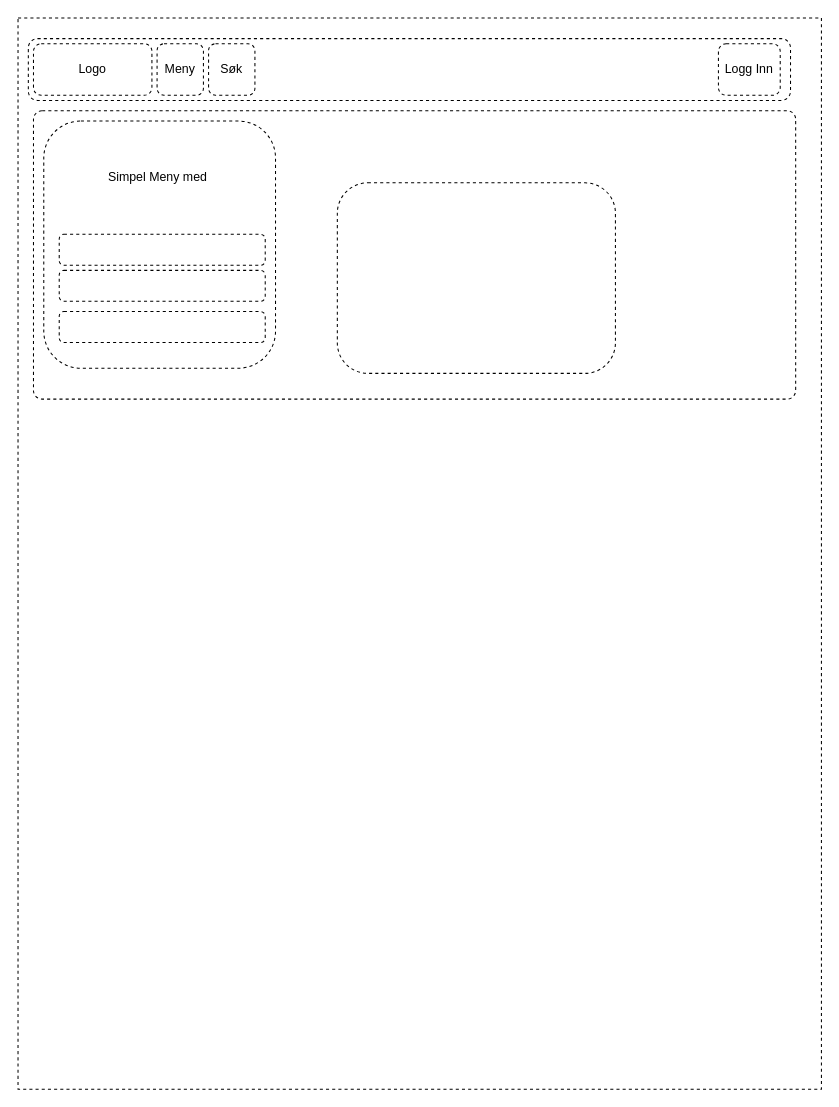
Earlier version of the draw.io diagram static/drawio/helsenorge.drawio (Blu07/SchoolProjects). Source tidied: cells renumbered, new cells numbered last; positions are measured from the earlier drawing's top-left corner, leaving out a move shared by most shapes. Both pictures are drawn from the tidied source at 103%, with x=0, y=0 at pixel (18, 18).
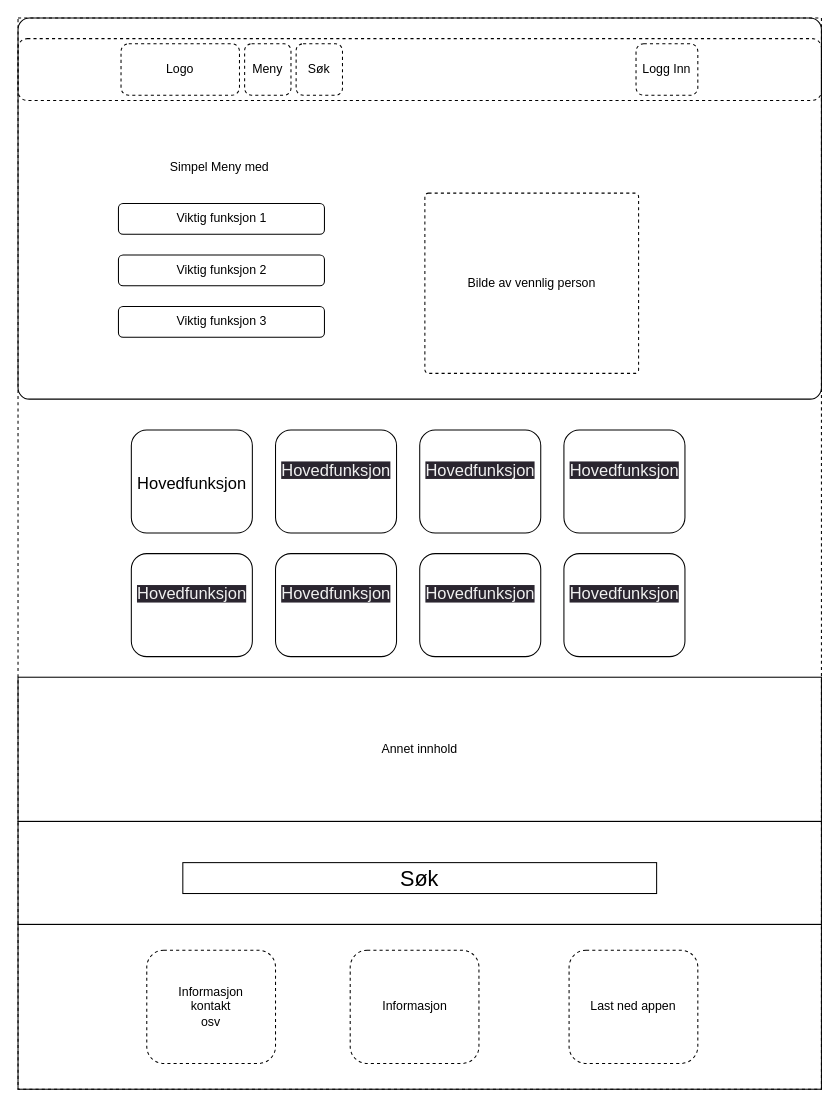
Above is the later version.

What changed in the source:
```diff
@@
     <mxCell id="3" style="rounded=1;whiteSpace=wrap;html=1;dashed=1;fillColor=none;" parent="1" vertex="1">
-      <mxGeometry x="10" y="20" width="740" height="60" as="geometry" />
+      <mxGeometry y="20" width="780" height="60" as="geometry" />
     </mxCell>
     <mxCell id="4" value="Logo" style="rounded=1;whiteSpace=wrap;html=1;dashed=1;fillColor=none;" parent="1" vertex="1">
-      <mxGeometry x="15" y="25" width="115" height="50" as="geometry" />
+      <mxGeometry x="100" y="25" width="115" height="50" as="geometry" />
     </mxCell>
     <mxCell id="5" value="Meny" style="rounded=1;whiteSpace=wrap;html=1;dashed=1;fillColor=none;" parent="1" vertex="1">
-      <mxGeometry x="135" y="25" width="45" height="50" as="geometry" />
+      <mxGeometry x="220" y="25" width="45" height="50" as="geometry" />
     </mxCell>
     <mxCell id="6" value="Søk" style="rounded=1;whiteSpace=wrap;html=1;dashed=1;fillColor=none;" parent="1" vertex="1">
-      <mxGeometry x="185" y="25" width="45" height="50" as="geometry" />
+      <mxGeometry x="270" y="25" width="45" height="50" as="geometry" />
     </mxCell>
     <mxCell id="7" value="Logg Inn" style="rounded=1;whiteSpace=wrap;html=1;dashed=1;fillColor=none;" parent="1" vertex="1">
-      <mxGeometry x="680" y="25" width="60" height="50" as="geometry" />
+      <mxGeometry x="600" y="25" width="60" height="50" as="geometry" />
     </mxCell>
-    <mxCell id="8" style="rounded=1;whiteSpace=wrap;html=1;dashed=1;fillColor=none;arcSize=3;" parent="1" vertex="1">
-      <mxGeometry x="15" y="90" width="740" height="280" as="geometry" />
+    <mxCell id="8" style="rounded=1;whiteSpace=wrap;html=1;fillColor=none;arcSize=3;" parent="1" vertex="1">
+      <mxGeometry width="780" height="370" as="geometry" />
     </mxCell>
-    <mxCell id="9" style="rounded=1;whiteSpace=wrap;html=1;dashed=1;fillColor=none;arcSize=16;" parent="1" vertex="1">
-      <mxGeometry x="25" y="100" width="225" height="240" as="geometry" />
-    </mxCell>
     <mxCell id="10" value="Simpel Meny med&amp;nbsp;" style="text;html=1;strokeColor=none;fillColor=none;align=center;verticalAlign=middle;whiteSpace=wrap;rounded=0;dashed=1;" parent="1" vertex="1">
-      <mxGeometry x="75" y="140" width="125" height="30" as="geometry" />
+      <mxGeometry x="135" y="130" width="125" height="30" as="geometry" />
     </mxCell>
-    <mxCell id="11" style="rounded=1;whiteSpace=wrap;html=1;dashed=1;fillColor=none;" parent="1" vertex="1">
-      <mxGeometry x="40" y="210" width="200" height="30" as="geometry" />
+    <mxCell id="11" value="Viktig funksjon 1" style="rounded=1;whiteSpace=wrap;html=1;fillColor=none;" parent="1" vertex="1">
+      <mxGeometry x="97.5" y="180" width="200" height="30" as="geometry" />
     </mxCell>
-    <mxCell id="12" style="rounded=1;whiteSpace=wrap;html=1;dashed=1;fillColor=none;" parent="1" vertex="1">
-      <mxGeometry x="40" y="245" width="200" height="30" as="geometry" />
+    <mxCell id="12" value="Viktig funksjon 2" style="rounded=1;whiteSpace=wrap;html=1;fillColor=none;" parent="1" vertex="1">
+      <mxGeometry x="97.5" y="230" width="200" height="30" as="geometry" />
     </mxCell>
-    <mxCell id="13" style="rounded=1;whiteSpace=wrap;html=1;dashed=1;fillColor=none;" parent="1" vertex="1">
-      <mxGeometry x="40" y="285" width="200" height="30" as="geometry" />
+    <mxCell id="13" value="Viktig funksjon 3" style="rounded=1;whiteSpace=wrap;html=1;fillColor=none;" parent="1" vertex="1">
+      <mxGeometry x="97.5" y="280" width="200" height="30" as="geometry" />
     </mxCell>
-    <mxCell id="14" style="rounded=1;whiteSpace=wrap;html=1;dashed=1;fillColor=none;arcSize=16;" parent="1" vertex="1">
-      <mxGeometry x="310" y="160" width="270" height="185" as="geometry" />
+    <mxCell id="14" value="Bilde av vennlig person" style="rounded=1;whiteSpace=wrap;html=1;dashed=1;fillColor=none;arcSize=2;" parent="1" vertex="1">
+      <mxGeometry x="395" y="170" width="207.5" height="175" as="geometry" />
     </mxCell>
+    <mxCell id="15" style="rounded=1;whiteSpace=wrap;html=1;strokeColor=default;fillColor=none;arcSize=0;" parent="1" vertex="1">
+      <mxGeometry y="880" width="780" height="160" as="geometry" />
+    </mxCell>
+    <mxCell id="16" value="Informasjon&lt;br&gt;kontakt&lt;br&gt;osv" style="rounded=1;whiteSpace=wrap;html=1;dashed=1;strokeColor=default;fillColor=none;" parent="1" vertex="1">
+      <mxGeometry x="125" y="905" width="125" height="110" as="geometry" />
+    </mxCell>
+    <mxCell id="17" value="Informasjon" style="rounded=1;whiteSpace=wrap;html=1;dashed=1;strokeColor=default;fillColor=none;" parent="1" vertex="1">
+      <mxGeometry x="322.5" y="905" width="125" height="110" as="geometry" />
+    </mxCell>
+    <mxCell id="18" value="Last ned appen" style="rounded=1;whiteSpace=wrap;html=1;dashed=1;strokeColor=default;fillColor=none;" parent="1" vertex="1">
+      <mxGeometry x="535" y="905" width="125" height="110" as="geometry" />
+    </mxCell>
+    <mxCell id="19" style="rounded=1;whiteSpace=wrap;html=1;strokeColor=default;fillColor=none;arcSize=0;" parent="1" vertex="1">
+      <mxGeometry y="780" width="780" height="100" as="geometry" />
+    </mxCell>
+    <mxCell id="20" value="&lt;font style=&quot;font-size: 21px;&quot;&gt;Søk&lt;/font&gt;" style="rounded=0;whiteSpace=wrap;html=1;strokeColor=default;fillColor=none;" parent="1" vertex="1">
+      <mxGeometry x="160" y="820" width="460" height="30" as="geometry" />
+    </mxCell>
+    <mxCell id="21" value="&lt;font style=&quot;font-size: 16px;&quot;&gt;Hovedfunksjon&lt;/font&gt;" style="rounded=1;whiteSpace=wrap;html=1;strokeColor=default;fontSize=21;fillColor=none;" parent="1" vertex="1">
+      <mxGeometry x="110" y="400" width="117.5" height="100" as="geometry" />
+    </mxCell>
+    <mxCell id="22" value="&#10;&lt;span style=&quot;color: rgb(240, 240, 240); font-family: Helvetica; font-size: 16px; font-style: normal; font-variant-ligatures: normal; font-variant-caps: normal; font-weight: 400; letter-spacing: normal; orphans: 2; text-align: center; text-indent: 0px; text-transform: none; widows: 2; word-spacing: 0px; -webkit-text-stroke-width: 0px; background-color: rgb(42, 37, 47); text-decoration-thickness: initial; text-decoration-style: initial; text-decoration-color: initial; float: none; display: inline !important;&quot;&gt;Hovedfunksjon&lt;/span&gt;&#10;&#10;" style="rounded=1;whiteSpace=wrap;html=1;strokeColor=default;fontSize=21;fillColor=none;" parent="1" vertex="1">
+      <mxGeometry x="110" y="520" width="117.5" height="100" as="geometry" />
+    </mxCell>
+    <mxCell id="23" value="&#10;&lt;span style=&quot;color: rgb(240, 240, 240); font-family: Helvetica; font-size: 16px; font-style: normal; font-variant-ligatures: normal; font-variant-caps: normal; font-weight: 400; letter-spacing: normal; orphans: 2; text-align: center; text-indent: 0px; text-transform: none; widows: 2; word-spacing: 0px; -webkit-text-stroke-width: 0px; background-color: rgb(42, 37, 47); text-decoration-thickness: initial; text-decoration-style: initial; text-decoration-color: initial; float: none; display: inline !important;&quot;&gt;Hovedfunksjon&lt;/span&gt;&#10;&#10;" style="rounded=1;whiteSpace=wrap;html=1;strokeColor=default;fontSize=21;fillColor=none;" parent="1" vertex="1">
+      <mxGeometry x="250" y="520" width="117.5" height="100" as="geometry" />
+    </mxCell>
+    <mxCell id="24" value="&#10;&lt;span style=&quot;color: rgb(240, 240, 240); font-family: Helvetica; font-size: 16px; font-style: normal; font-variant-ligatures: normal; font-variant-caps: normal; font-weight: 400; letter-spacing: normal; orphans: 2; text-align: center; text-indent: 0px; text-transform: none; widows: 2; word-spacing: 0px; -webkit-text-stroke-width: 0px; background-color: rgb(42, 37, 47); text-decoration-thickness: initial; text-decoration-style: initial; text-decoration-color: initial; float: none; display: inline !important;&quot;&gt;Hovedfunksjon&lt;/span&gt;&#10;&#10;" style="rounded=1;whiteSpace=wrap;html=1;strokeColor=default;fontSize=21;fillColor=none;" parent="1" vertex="1">
+      <mxGeometry x="390" y="520" width="117.5" height="100" as="geometry" />
+    </mxCell>
+    <mxCell id="25" value="&#10;&lt;span style=&quot;color: rgb(240, 240, 240); font-family: Helvetica; font-size: 16px; font-style: normal; font-variant-ligatures: normal; font-variant-caps: normal; font-weight: 400; letter-spacing: normal; orphans: 2; text-align: center; text-indent: 0px; text-transform: none; widows: 2; word-spacing: 0px; -webkit-text-stroke-width: 0px; background-color: rgb(42, 37, 47); text-decoration-thickness: initial; text-decoration-style: initial; text-decoration-color: initial; float: none; display: inline !important;&quot;&gt;Hovedfunksjon&lt;/span&gt;&#10;&#10;" style="rounded=1;whiteSpace=wrap;html=1;strokeColor=default;fontSize=21;fillColor=none;" parent="1" vertex="1">
+      <mxGeometry x="250" y="400" width="117.5" height="100" as="geometry" />
+    </mxCell>
+    <mxCell id="26" value="&#10;&lt;span style=&quot;color: rgb(240, 240, 240); font-family: Helvetica; font-size: 16px; font-style: normal; font-variant-ligatures: normal; font-variant-caps: normal; font-weight: 400; letter-spacing: normal; orphans: 2; text-align: center; text-indent: 0px; text-transform: none; widows: 2; word-spacing: 0px; -webkit-text-stroke-width: 0px; background-color: rgb(42, 37, 47); text-decoration-thickness: initial; text-decoration-style: initial; text-decoration-color: initial; float: none; display: inline !important;&quot;&gt;Hovedfunksjon&lt;/span&gt;&#10;&#10;" style="rounded=1;whiteSpace=wrap;html=1;strokeColor=default;fontSize=21;fillColor=none;" parent="1" vertex="1">
+      <mxGeometry x="390" y="400" width="117.5" height="100" as="geometry" />
+    </mxCell>
+    <mxCell id="27" value="&#10;&lt;span style=&quot;color: rgb(240, 240, 240); font-family: Helvetica; font-size: 16px; font-style: normal; font-variant-ligatures: normal; font-variant-caps: normal; font-weight: 400; letter-spacing: normal; orphans: 2; text-align: center; text-indent: 0px; text-transform: none; widows: 2; word-spacing: 0px; -webkit-text-stroke-width: 0px; background-color: rgb(42, 37, 47); text-decoration-thickness: initial; text-decoration-style: initial; text-decoration-color: initial; float: none; display: inline !important;&quot;&gt;Hovedfunksjon&lt;/span&gt;&#10;&#10;" style="rounded=1;whiteSpace=wrap;html=1;strokeColor=default;fontSize=21;fillColor=none;" parent="1" vertex="1">
+      <mxGeometry x="530" y="520" width="117.5" height="100" as="geometry" />
+    </mxCell>
+    <mxCell id="28" value="&#10;&lt;span style=&quot;color: rgb(240, 240, 240); font-family: Helvetica; font-size: 16px; font-style: normal; font-variant-ligatures: normal; font-variant-caps: normal; font-weight: 400; letter-spacing: normal; orphans: 2; text-align: center; text-indent: 0px; text-transform: none; widows: 2; word-spacing: 0px; -webkit-text-stroke-width: 0px; background-color: rgb(42, 37, 47); text-decoration-thickness: initial; text-decoration-style: initial; text-decoration-color: initial; float: none; display: inline !important;&quot;&gt;Hovedfunksjon&lt;/span&gt;&#10;&#10;" style="rounded=1;whiteSpace=wrap;html=1;strokeColor=default;fontSize=21;fillColor=none;" parent="1" vertex="1">
+      <mxGeometry x="530" y="400" width="117.5" height="100" as="geometry" />
+    </mxCell>
+    <mxCell id="29" value="Annet innhold" style="rounded=1;whiteSpace=wrap;html=1;strokeColor=default;fillColor=none;arcSize=0;" parent="1" vertex="1">
+      <mxGeometry y="640" width="780" height="140" as="geometry" />
+    </mxCell>
```
